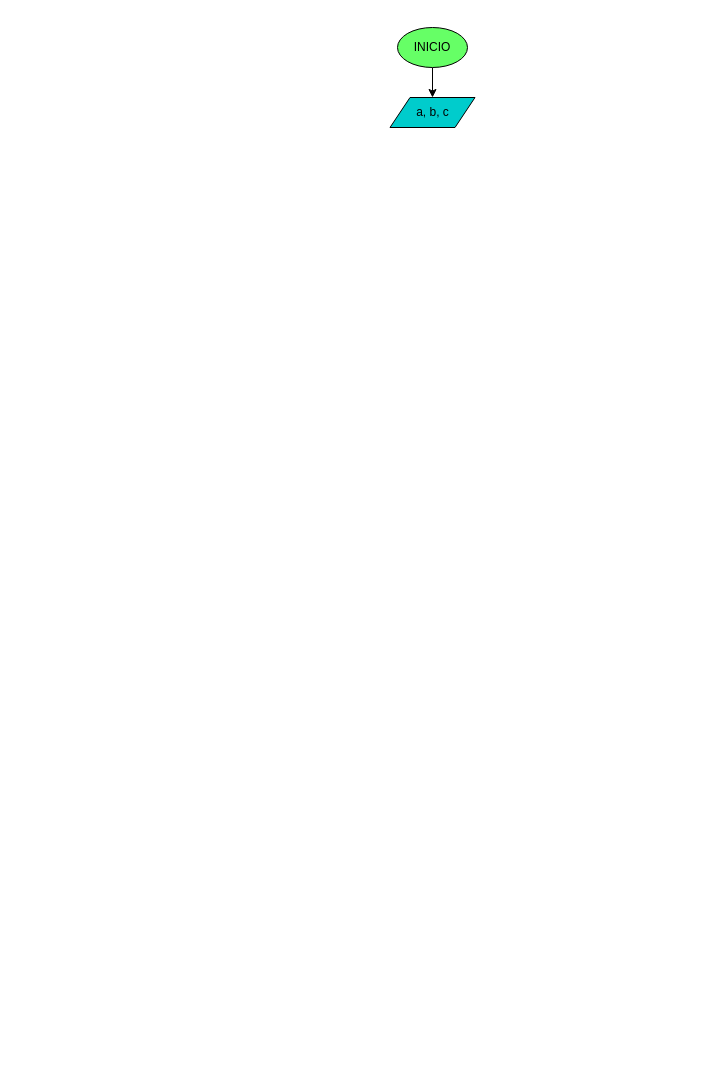
This is diagrama.drawio from sistemas-colegio-guanenta/quiz-condicionales-kromero14, a draw.io file, before an edit. Source tidied: cells renumbered, new cells numbered last; positions are measured from the earlier drawing's top-left corner, leaving out a move shared by most shapes. Both pictures are drawn from the tidied source at 100%, with x=0, y=0 at pixel (389, 27).
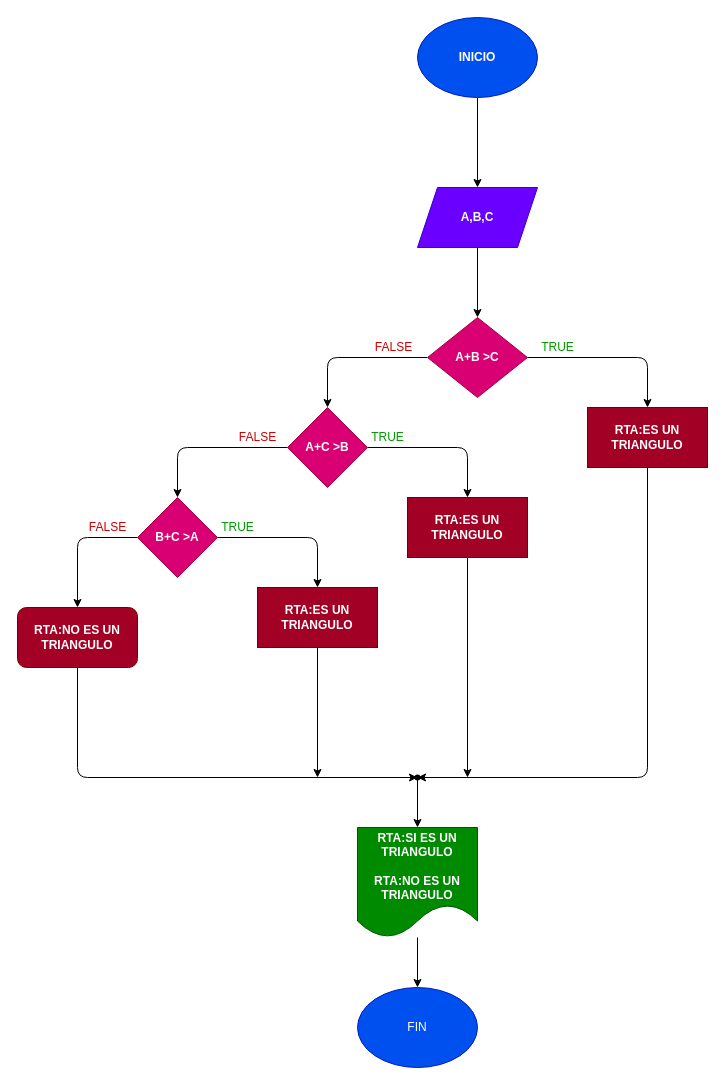
The same diagram, later.

Commit message:
se realizo analisis y diseño

Diff of the diagram source:
```diff
@@
+    <mxCell id="5" style="edgeStyle=none;html=1;" parent="1" edge="1" source="2" target="7">
+      <mxGeometry relative="1" as="geometry" />
+    </mxCell>
-    <mxCell id="2" style="edgeStyle=none;html=1;" parent="1" edge="1" source="3" target="4">
-      <mxGeometry relative="1" as="geometry" />
+    <mxCell id="2" value="&lt;b&gt;INICIO&lt;/b&gt;" style="ellipse;whiteSpace=wrap;html=1;fillColor=#0050ef;fontColor=#ffffff;strokeColor=#001DBC;" parent="1" vertex="1">
+      <mxGeometry x="28" y="-10" width="120" height="80" as="geometry" />
     </mxCell>
-    <mxCell id="3" value="INICIO" style="ellipse;whiteSpace=wrap;html=1;fillColor=#66FF66;" parent="1" vertex="1">
-      <mxGeometry x="8" width="70" height="40" as="geometry" />
-    </mxCell>
-    <mxCell id="4" value="a, b, c" style="shape=parallelogram;perimeter=parallelogramPerimeter;whiteSpace=wrap;html=1;fixedSize=1;fillColor=#00CCCC;" parent="1" vertex="1">
-      <mxGeometry x="0.5" y="70" width="85" height="30" as="geometry" />
-    </mxCell>
+    <mxCell id="6" style="edgeStyle=none;html=1;" parent="1" edge="1" source="7" target="10">
+      <mxGeometry relative="1" as="geometry" />
+    </mxCell>
+    <mxCell id="7" value="&lt;b&gt;A,B,C&lt;/b&gt;" style="shape=parallelogram;perimeter=parallelogramPerimeter;whiteSpace=wrap;html=1;fixedSize=1;fillColor=#6a00ff;fontColor=#ffffff;strokeColor=#3700CC;" parent="1" vertex="1">
+      <mxGeometry x="28" y="160" width="120" height="60" as="geometry" />
+    </mxCell>
+    <mxCell id="8" style="edgeStyle=none;html=1;entryX=0.5;entryY=0;entryDx=0;entryDy=0;fontSize=12;" parent="1" edge="1" source="10" target="12">
+      <mxGeometry relative="1" as="geometry">
+        <Array as="points">
+          <mxPoint x="258" y="330" />
+        </Array>
+      </mxGeometry>
+    </mxCell>
+    <mxCell id="9" style="edgeStyle=none;html=1;entryX=0.5;entryY=0;entryDx=0;entryDy=0;fontSize=12;" parent="1" edge="1" source="10">
+      <mxGeometry relative="1" as="geometry">
+        <mxPoint x="-62" y="380" as="targetPoint" />
+        <Array as="points">
+          <mxPoint x="-62" y="330" />
+        </Array>
+      </mxGeometry>
+    </mxCell>
+    <mxCell id="10" value="&lt;b&gt;A+B &amp;gt;C&lt;/b&gt;" style="rhombus;whiteSpace=wrap;html=1;fillColor=#d80073;fontColor=#ffffff;strokeColor=#A50040;" parent="1" vertex="1">
+      <mxGeometry x="38" y="290" width="100" height="80" as="geometry" />
+    </mxCell>
+    <mxCell id="11" style="edgeStyle=none;html=1;entryX=0.85;entryY=0.65;entryDx=0;entryDy=0;entryPerimeter=0;fontSize=12;" parent="1" edge="1" source="12" target="24">
+      <mxGeometry relative="1" as="geometry">
+        <Array as="points">
+          <mxPoint x="258" y="750" />
+        </Array>
+      </mxGeometry>
+    </mxCell>
+    <mxCell id="12" value="&lt;b&gt;RTA:ES UN TRIANGULO&lt;/b&gt;" style="rounded=0;whiteSpace=wrap;html=1;fontSize=12;fillColor=#a20025;fontColor=#ffffff;strokeColor=#6F0000;" parent="1" vertex="1">
+      <mxGeometry x="198" y="380" width="120" height="60" as="geometry" />
+    </mxCell>
+    <mxCell id="13" style="edgeStyle=none;html=1;entryX=0.5;entryY=0;entryDx=0;entryDy=0;fontSize=12;" parent="1" edge="1" source="15" target="17">
+      <mxGeometry relative="1" as="geometry">
+        <Array as="points">
+          <mxPoint x="78" y="420" />
+        </Array>
+      </mxGeometry>
+    </mxCell>
+    <mxCell id="14" style="edgeStyle=none;html=1;fontSize=12;" parent="1" edge="1" source="15" target="20">
+      <mxGeometry relative="1" as="geometry">
+        <Array as="points">
+          <mxPoint x="-212" y="420" />
+        </Array>
+      </mxGeometry>
+    </mxCell>
+    <mxCell id="15" value="&lt;b&gt;A+C &amp;gt;B&lt;/b&gt;" style="rhombus;whiteSpace=wrap;html=1;fontSize=12;fillColor=#d80073;fontColor=#ffffff;strokeColor=#A50040;" parent="1" vertex="1">
+      <mxGeometry x="-102" y="380" width="80" height="80" as="geometry" />
+    </mxCell>
+    <mxCell id="16" style="edgeStyle=none;html=1;fontSize=12;" parent="1" edge="1" source="17">
+      <mxGeometry relative="1" as="geometry">
+        <mxPoint x="78" y="750" as="targetPoint" />
+      </mxGeometry>
+    </mxCell>
+    <mxCell id="17" value="&lt;b&gt;RTA:ES UN TRIANGULO&lt;/b&gt;" style="rounded=0;whiteSpace=wrap;html=1;fontSize=12;fillColor=#a20025;fontColor=#ffffff;strokeColor=#6F0000;" parent="1" vertex="1">
+      <mxGeometry x="18" y="470" width="120" height="60" as="geometry" />
+    </mxCell>
+    <mxCell id="18" style="edgeStyle=none;html=1;fontSize=12;" parent="1" edge="1" source="20" target="22">
+      <mxGeometry relative="1" as="geometry">
+        <Array as="points">
+          <mxPoint x="-72" y="510" />
+        </Array>
+      </mxGeometry>
+    </mxCell>
+    <mxCell id="19" style="edgeStyle=none;html=1;fontSize=12;" parent="1" edge="1" source="20" target="29">
+      <mxGeometry relative="1" as="geometry">
+        <Array as="points">
+          <mxPoint x="-312" y="510" />
+        </Array>
+      </mxGeometry>
+    </mxCell>
+    <mxCell id="20" value="&lt;b&gt;B+C &amp;gt;A&lt;/b&gt;" style="rhombus;whiteSpace=wrap;html=1;fillColor=#d80073;fontColor=#ffffff;strokeColor=#A50040;" parent="1" vertex="1">
+      <mxGeometry x="-252" y="470" width="80" height="80" as="geometry" />
+    </mxCell>
+    <mxCell id="21" style="edgeStyle=none;html=1;fontSize=12;" parent="1" edge="1" source="22">
+      <mxGeometry relative="1" as="geometry">
+        <mxPoint x="-72" y="750" as="targetPoint" />
+      </mxGeometry>
+    </mxCell>
+    <mxCell id="22" value="&lt;b&gt;RTA:ES UN TRIANGULO&lt;/b&gt;" style="whiteSpace=wrap;html=1;fillColor=#a20025;fontColor=#ffffff;strokeColor=#6F0000;" parent="1" vertex="1">
+      <mxGeometry x="-132" y="560" width="120" height="60" as="geometry" />
+    </mxCell>
+    <mxCell id="23" style="edgeStyle=none;html=1;fontSize=12;" parent="1" edge="1" source="24" target="26">
+      <mxGeometry relative="1" as="geometry" />
+    </mxCell>
+    <mxCell id="24" style="shape=waypoint;sketch=0;size=6;points=[];fillColor=default;perimeter=centerPerimeter;snapToPoint=1;" parent="1" vertex="1">
+      <mxGeometry x="18" y="740" width="20" height="20" as="geometry" />
+    </mxCell>
+    <mxCell id="25" style="edgeStyle=none;html=1;fontSize=12;" parent="1" edge="1" source="26" target="27">
+      <mxGeometry relative="1" as="geometry" />
+    </mxCell>
+    <mxCell id="26" value="&lt;b&gt;RTA:SI ES UN TRIANGULO&lt;br&gt;&lt;br&gt;RTA:NO ES UN TRIANGULO&lt;/b&gt;" style="shape=document;whiteSpace=wrap;html=1;boundedLbl=1;sketch=0;fillColor=#008a00;fontColor=#ffffff;strokeColor=#005700;" parent="1" vertex="1">
+      <mxGeometry x="-32" y="800" width="120" height="110" as="geometry" />
+    </mxCell>
+    <mxCell id="27" value="FIN" style="ellipse;whiteSpace=wrap;html=1;fontSize=12;fillColor=#0050ef;fontColor=#ffffff;strokeColor=#001DBC;" parent="1" vertex="1">
+      <mxGeometry x="-32" y="960" width="120" height="80" as="geometry" />
+    </mxCell>
+    <mxCell id="28" style="edgeStyle=none;html=1;fontSize=12;" parent="1" edge="1" source="29" target="24">
+      <mxGeometry relative="1" as="geometry">
+        <Array as="points">
+          <mxPoint x="-312" y="750" />
+        </Array>
+      </mxGeometry>
+    </mxCell>
+    <mxCell id="29" value="&lt;b&gt;RTA:NO ES UN TRIANGULO&lt;/b&gt;" style="rounded=1;whiteSpace=wrap;html=1;fillColor=#a20025;fontColor=#ffffff;strokeColor=#6F0000;" parent="1" vertex="1">
+      <mxGeometry x="-372" y="580" width="120" height="60" as="geometry" />
+    </mxCell>
+    <mxCell id="30" value="&lt;font color=&quot;#009900&quot;&gt;TRUE&lt;/font&gt;" style="text;html=1;align=center;verticalAlign=middle;strokeColor=none;fillColor=none;fontSize=12;" parent="1" vertex="1">
+      <mxGeometry x="138" y="305" width="60" height="30" as="geometry" />
+    </mxCell>
+    <mxCell id="31" value="TRUE" style="text;html=1;align=center;verticalAlign=middle;strokeColor=none;fillColor=none;fontSize=12;fontColor=#009900;" parent="1" vertex="1">
+      <mxGeometry x="-32" y="395" width="60" height="30" as="geometry" />
+    </mxCell>
+    <mxCell id="32" value="TRUE" style="text;html=1;align=center;verticalAlign=middle;strokeColor=none;fillColor=none;fontSize=12;fontColor=#009900;" parent="1" vertex="1">
+      <mxGeometry x="-182" y="485" width="60" height="30" as="geometry" />
+    </mxCell>
+    <mxCell id="33" value="&lt;font color=&quot;#cc0000&quot;&gt;FALSE&lt;/font&gt;" style="text;html=1;align=center;verticalAlign=middle;strokeColor=none;fillColor=none;fontSize=12;fontColor=#009900;" parent="1" vertex="1">
+      <mxGeometry x="-26" y="305" width="60" height="30" as="geometry" />
+    </mxCell>
+    <mxCell id="34" value="FALSE" style="text;html=1;align=center;verticalAlign=middle;strokeColor=none;fillColor=none;fontSize=12;fontColor=#CC0000;" parent="1" vertex="1">
+      <mxGeometry x="-162" y="395" width="60" height="30" as="geometry" />
+    </mxCell>
+    <mxCell id="35" value="FALSE" style="text;html=1;align=center;verticalAlign=middle;strokeColor=none;fillColor=none;fontSize=12;fontColor=#CC0000;" parent="1" vertex="1">
+      <mxGeometry x="-312" y="485" width="60" height="30" as="geometry" />
+    </mxCell>
```
